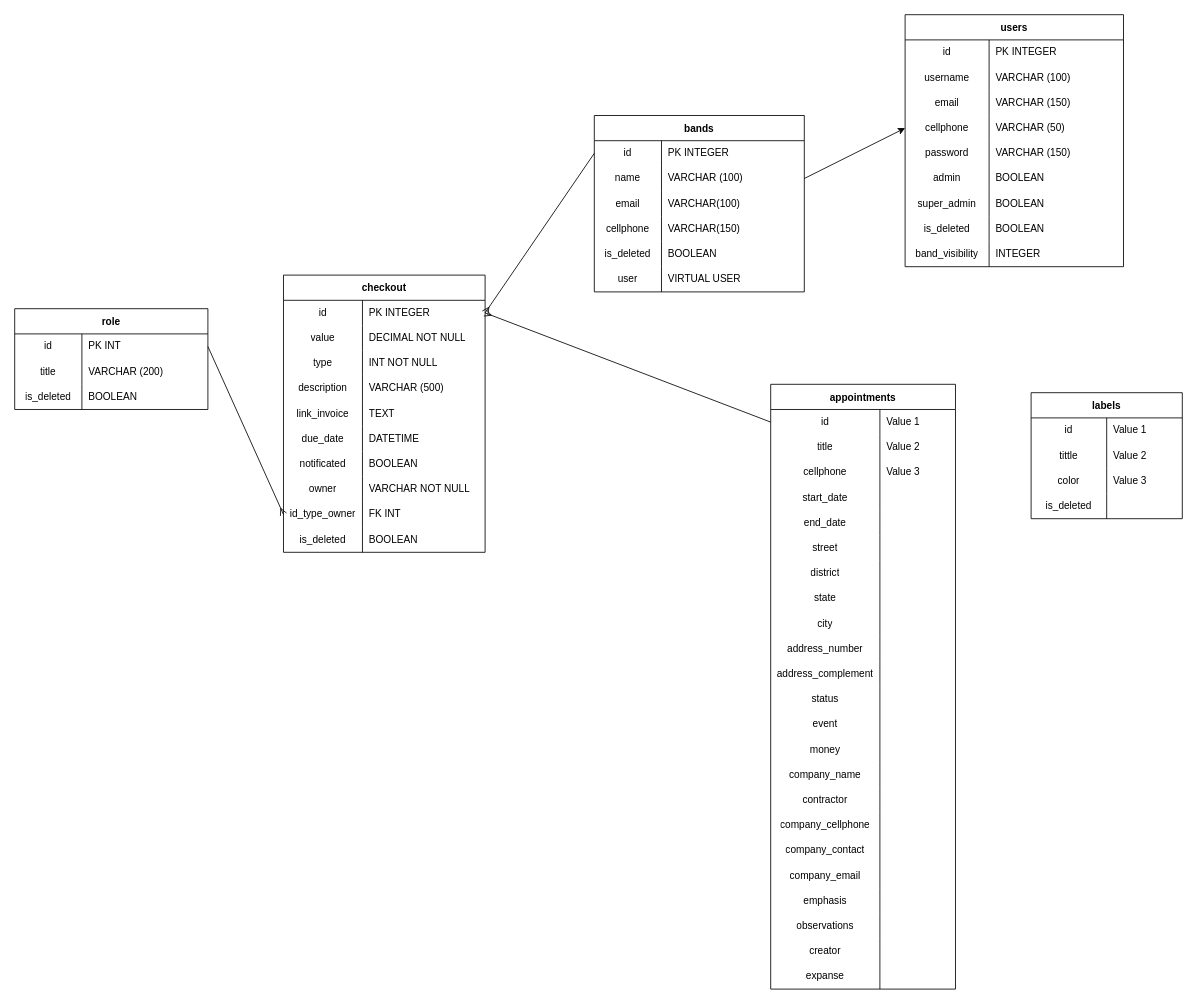
This is db_model.drawio from prgMgava/band_schedule_api, a draw.io file, before an edit. Source tidied: cells renumbered, new cells numbered last; positions are measured from the earlier drawing's top-left corner, leaving out a move shared by most shapes. Both pictures are drawn from the tidied source at 84%, with x=0, y=0 at pixel (14, 14).
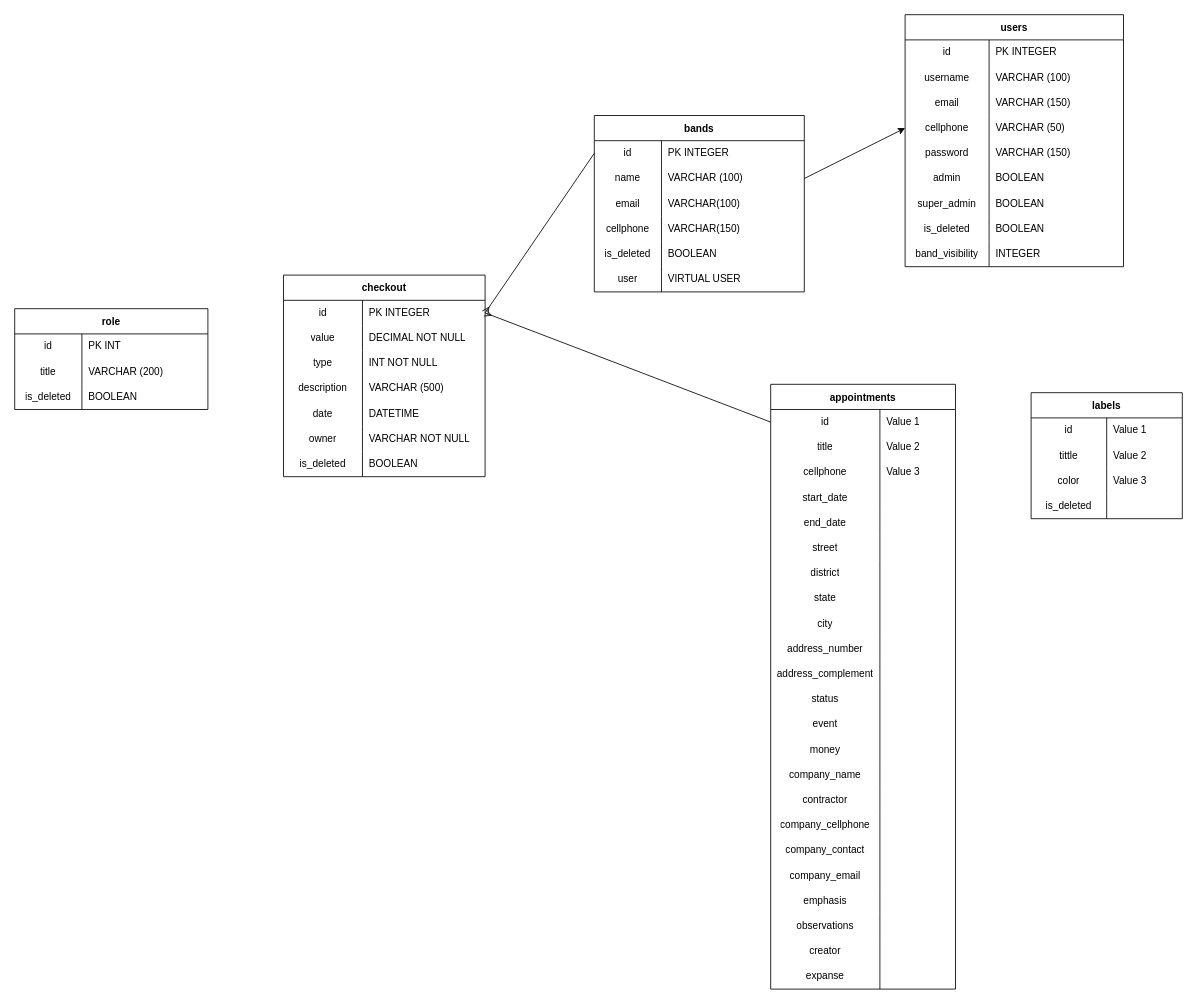
The same diagram, later.

The change refers to these unchanged cells:
```xml
<mxCell id="167" style="shape=tableRow;horizontal=0;startSize=0;swimlaneHead=0;swimlaneBody=0;top=0;left=0;bottom=0;right=0;fillColor=none;points=[[0,0.5],[1,0.5]];portConstraint=eastwest;" parent="166" vertex="1">
  <mxGeometry y="30" width="230" height="30" as="geometry" />
</mxCell>
```

What changed in the source:
```diff
@@
     <mxCell id="133" value="checkout" style="shape=table;startSize=30;childLayout=tableLayout;rowLines=0;fontStyle=1;" parent="1" vertex="1">
-      <mxGeometry x="320" y="310" width="240" height="330" as="geometry" />
+      <mxGeometry x="320" y="310" width="240" height="240" as="geometry" />
     </mxCell>
@@
-    <mxCell id="146" style="shape=tableRow;horizontal=0;startSize=0;swimlaneHead=0;swimlaneBody=0;top=0;left=0;bottom=0;right=0;fillColor=none;" parent="133" vertex="1">
-      <mxGeometry y="150" width="240" height="30" as="geometry" />
-    </mxCell>
-    <mxCell id="147" value="link_invoice" style="shape=partialRectangle;html=1;whiteSpace=wrap;fillColor=none;top=0;left=0;bottom=0;right=0;overflow=hidden;" parent="146" vertex="1">
-      <mxGeometry width="94" height="30" as="geometry" />
-    </mxCell>
-    <mxCell id="148" value="TEXT" style="shape=partialRectangle;html=1;whiteSpace=wrap;fillColor=none;top=0;left=0;bottom=0;right=0;align=left;spacingLeft=6;overflow=hidden;" parent="146" vertex="1">
-      <mxGeometry x="94" width="146" height="30" as="geometry" />
-    </mxCell>
     <mxCell id="149" style="shape=tableRow;horizontal=0;startSize=0;swimlaneHead=0;swimlaneBody=0;top=0;left=0;bottom=0;right=0;fillColor=none;" parent="133" vertex="1">
-      <mxGeometry y="180" width="240" height="30" as="geometry" />
+      <mxGeometry y="150" width="240" height="30" as="geometry" />
     </mxCell>
-    <mxCell id="150" value="due_date" style="shape=partialRectangle;html=1;whiteSpace=wrap;fillColor=none;top=0;left=0;bottom=0;right=0;overflow=hidden;" parent="149" vertex="1">
+    <mxCell id="150" value="date" style="shape=partialRectangle;html=1;whiteSpace=wrap;fillColor=none;top=0;left=0;bottom=0;right=0;overflow=hidden;" parent="149" vertex="1">
       <mxGeometry width="94" height="30" as="geometry" />
     </mxCell>
@@
-    <mxCell id="152" style="shape=tableRow;horizontal=0;startSize=0;swimlaneHead=0;swimlaneBody=0;top=0;left=0;bottom=0;right=0;fillColor=none;" parent="133" vertex="1">
-      <mxGeometry y="210" width="240" height="30" as="geometry" />
-    </mxCell>
-    <mxCell id="153" value="notificated" style="shape=partialRectangle;html=1;whiteSpace=wrap;fillColor=none;top=0;left=0;bottom=0;right=0;overflow=hidden;" parent="152" vertex="1">
-      <mxGeometry width="94" height="30" as="geometry" />
-    </mxCell>
-    <mxCell id="154" value="BOOLEAN" style="shape=partialRectangle;html=1;whiteSpace=wrap;fillColor=none;top=0;left=0;bottom=0;right=0;align=left;spacingLeft=6;overflow=hidden;" parent="152" vertex="1">
-      <mxGeometry x="94" width="146" height="30" as="geometry" />
-    </mxCell>
     <mxCell id="155" style="shape=tableRow;horizontal=0;startSize=0;swimlaneHead=0;swimlaneBody=0;top=0;left=0;bottom=0;right=0;fillColor=none;" parent="133" vertex="1">
-      <mxGeometry y="240" width="240" height="30" as="geometry" />
+      <mxGeometry y="180" width="240" height="30" as="geometry" />
     </mxCell>
@@
-    <mxCell id="158" style="shape=tableRow;horizontal=0;startSize=0;swimlaneHead=0;swimlaneBody=0;top=0;left=0;bottom=0;right=0;fillColor=none;points=[[0,0.5],[1,0.5]];portConstraint=eastwest;" parent="133" vertex="1">
-      <mxGeometry y="270" width="240" height="30" as="geometry" />
-    </mxCell>
-    <mxCell id="159" value="id_type_owner" style="shape=partialRectangle;html=1;whiteSpace=wrap;fillColor=none;top=0;left=0;bottom=0;right=0;overflow=hidden;" parent="158" vertex="1">
-      <mxGeometry width="94" height="30" as="geometry" />
-    </mxCell>
-    <mxCell id="160" value="FK INT" style="shape=partialRectangle;html=1;whiteSpace=wrap;fillColor=none;top=0;left=0;bottom=0;right=0;align=left;spacingLeft=6;overflow=hidden;" parent="158" vertex="1">
-      <mxGeometry x="94" width="146" height="30" as="geometry" />
-    </mxCell>
     <mxCell id="161" style="shape=tableRow;horizontal=0;startSize=0;swimlaneHead=0;swimlaneBody=0;top=0;left=0;bottom=0;right=0;fillColor=none;" parent="133" vertex="1">
-      <mxGeometry y="300" width="240" height="30" as="geometry" />
+      <mxGeometry y="210" width="240" height="30" as="geometry" />
     </mxCell>
@@
-    <mxCell id="176" style="edgeStyle=none;html=1;exitX=1;exitY=0.5;exitDx=0;exitDy=0;entryX=0;entryY=0.5;entryDx=0;entryDy=0;endArrow=ERmany;endFill=0;" parent="1" edge="1" source="167" target="158">
+    <mxCell id="176" style="edgeStyle=none;html=1;exitX=1;exitY=0.5;exitDx=0;exitDy=0;entryX=0;entryY=0.5;entryDx=0;entryDy=0;endArrow=ERmany;endFill=0;" parent="1" edge="1" source="167">
       <mxGeometry relative="1" as="geometry" />
     </mxCell>
```
